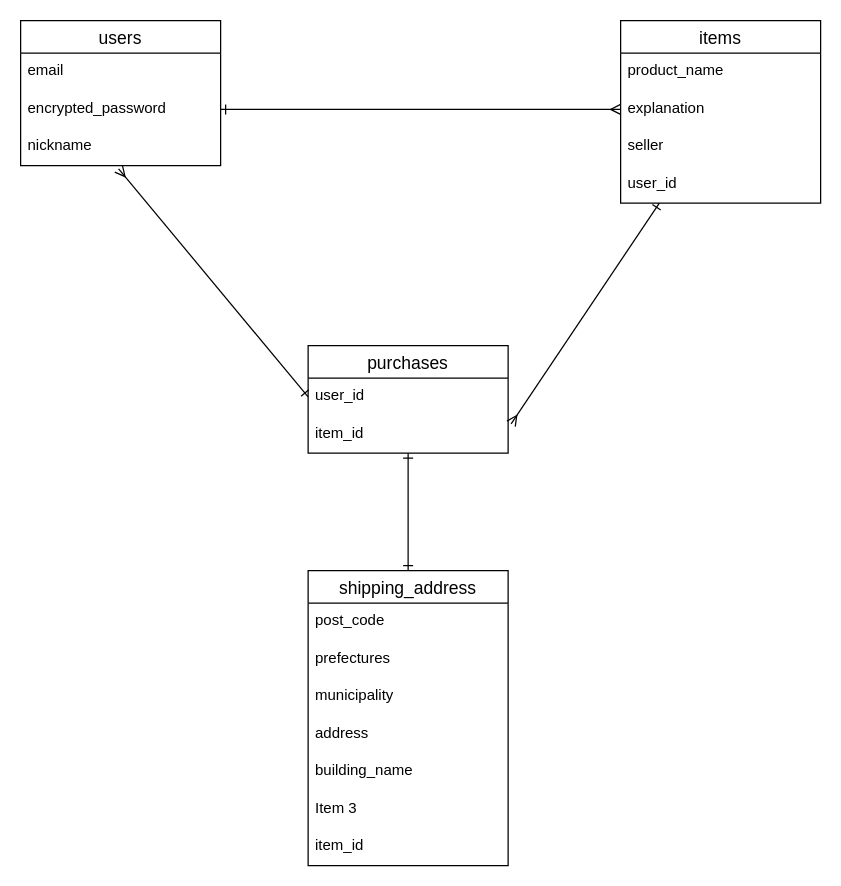
Before: test2.dio in yuukiuvw/furima-37560, a draw.io diagram. Source tidied: cells renumbered, new cells numbered last; positions are measured from the earlier drawing's top-left corner, leaving out a move shared by most shapes. Both pictures are drawn from the tidied source at 125%, with x=0, y=0 at pixel (20, 20).
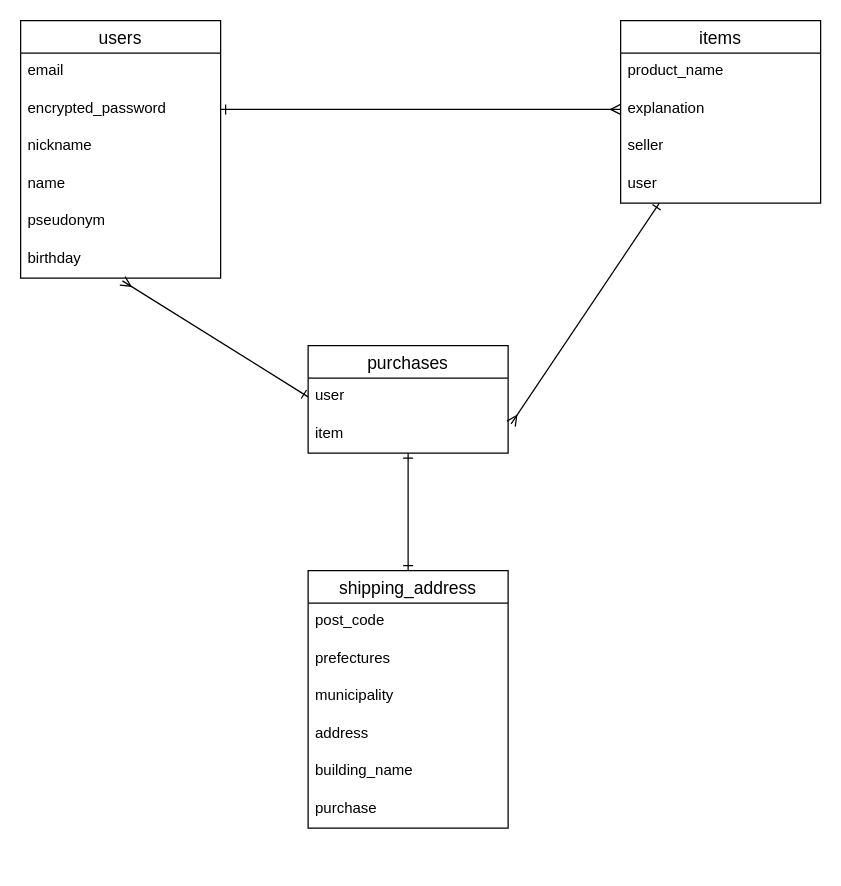
Above is the later version.

Commit message (it also covers changes not shown here):
データーベース修正

Unchanged cells that the change refers to:
```xml
<mxCell id="5" value="nickname" style="text;strokeColor=none;fillColor=none;spacingLeft=4;spacingRight=4;overflow=hidden;points=[[0,0.5],[1,0.5]];portConstraint=eastwest;fontSize=12;" parent="2" vertex="1">
  <mxGeometry y="86" width="160" height="30" as="geometry" />
</mxCell>
<mxCell id="7" value="items" style="swimlane;fontStyle=0;horizontal=1;startSize=26;align=center;fontSize=14;" parent="1" vertex="1">
  <mxGeometry x="480" width="160" height="146" as="geometry" />
</mxCell>
<mxCell id="13" value="purchases" style="swimlane;fontStyle=0;horizontal=1;startSize=26;align=center;fontSize=14;" parent="1" vertex="1">
  <mxGeometry x="230" y="260" width="160" height="86" as="geometry" />
</mxCell>
```

The edit, as a diff of the source:
```diff
@@
     <mxCell id="2" value="users" style="swimlane;fontStyle=0;horizontal=1;startSize=26;align=center;fontSize=14;" parent="1" vertex="1">
-      <mxGeometry width="160" height="116" as="geometry" />
+      <mxGeometry width="160" height="206" as="geometry" />
     </mxCell>
@@
+    <mxCell id="26" value="name" style="text;strokeColor=none;fillColor=none;spacingLeft=4;spacingRight=4;overflow=hidden;fontSize=12;" parent="2" vertex="1">
+      <mxGeometry y="116" width="160" height="30" as="geometry" />
+    </mxCell>
+    <mxCell id="27" value="pseudonym" style="text;strokeColor=none;fillColor=none;spacingLeft=4;spacingRight=4;overflow=hidden;fontSize=12;" parent="2" vertex="1">
+      <mxGeometry y="146" width="160" height="30" as="geometry" />
+    </mxCell>
+    <mxCell id="28" value="birthday" style="text;strokeColor=none;fillColor=none;spacingLeft=4;spacingRight=4;overflow=hidden;points=[[0,0.5],[1,0.5]];portConstraint=eastwest;fontSize=12;" parent="2" vertex="1">
+      <mxGeometry y="176" width="160" height="30" as="geometry" />
+    </mxCell>
@@
-    <mxCell id="11" value="user_id" style="text;strokeColor=none;fillColor=none;spacingLeft=4;spacingRight=4;overflow=hidden;fontSize=12;" parent="7" vertex="1">
+    <mxCell id="11" value="user" style="text;strokeColor=none;fillColor=none;spacingLeft=4;spacingRight=4;overflow=hidden;fontSize=12;" parent="7" vertex="1">
       <mxGeometry y="116" width="160" height="30" as="geometry" />
     </mxCell>
@@
-    <mxCell id="14" value="user_id" style="text;strokeColor=none;fillColor=none;spacingLeft=4;spacingRight=4;overflow=hidden;points=[[0,0.5],[1,0.5]];portConstraint=eastwest;fontSize=12;" parent="13" vertex="1">
+    <mxCell id="14" value="user" style="text;strokeColor=none;fillColor=none;spacingLeft=4;spacingRight=4;overflow=hidden;points=[[0,0.5],[1,0.5]];portConstraint=eastwest;fontSize=12;" parent="13" vertex="1">
       <mxGeometry y="26" width="160" height="30" as="geometry" />
     </mxCell>
-    <mxCell id="15" value="item_id" style="text;strokeColor=none;fillColor=none;spacingLeft=4;spacingRight=4;overflow=hidden;points=[[0,0.5],[1,0.5]];portConstraint=eastwest;fontSize=12;" parent="13" vertex="1">
+    <mxCell id="15" value="item" style="text;strokeColor=none;fillColor=none;spacingLeft=4;spacingRight=4;overflow=hidden;points=[[0,0.5],[1,0.5]];portConstraint=eastwest;fontSize=12;" parent="13" vertex="1">
       <mxGeometry y="56" width="160" height="30" as="geometry" />
     </mxCell>
     <mxCell id="16" value="shipping_address" style="swimlane;fontStyle=0;horizontal=1;startSize=26;align=center;fontSize=14;" parent="1" vertex="1">
-      <mxGeometry x="230" y="440" width="160" height="236" as="geometry" />
+      <mxGeometry x="230" y="440" width="160" height="206" as="geometry" />
     </mxCell>
@@
-    <mxCell id="22" value="Item 3" style="text;strokeColor=none;fillColor=none;spacingLeft=4;spacingRight=4;overflow=hidden;fontSize=12;" parent="16" vertex="1">
+    <mxCell id="22" value="purchase" style="text;strokeColor=none;fillColor=none;spacingLeft=4;spacingRight=4;overflow=hidden;fontSize=12;" parent="16" vertex="1">
       <mxGeometry y="176" width="160" height="30" as="geometry" />
     </mxCell>
-    <mxCell id="23" value="item_id" style="text;strokeColor=none;fillColor=none;spacingLeft=4;spacingRight=4;overflow=hidden;fontSize=12;" parent="16" vertex="1">
-      <mxGeometry y="206" width="160" height="30" as="geometry" />
-    </mxCell>
@@
-    <mxCell id="25" style="edgeStyle=none;html=1;exitX=0;exitY=0.5;exitDx=0;exitDy=0;entryX=0.49;entryY=1.087;entryDx=0;entryDy=0;entryPerimeter=0;startArrow=ERone;startFill=0;endArrow=ERmany;endFill=0;" parent="1" edge="1" source="14" target="5">
+    <mxCell id="25" style="edgeStyle=none;html=1;exitX=0;exitY=0.5;exitDx=0;exitDy=0;startArrow=ERone;startFill=0;endArrow=ERmany;endFill=0;entryX=0.509;entryY=1.073;entryDx=0;entryDy=0;entryPerimeter=0;" parent="1" edge="1" source="14" target="28">
       <mxGeometry relative="1" as="geometry" />
     </mxCell>
```
